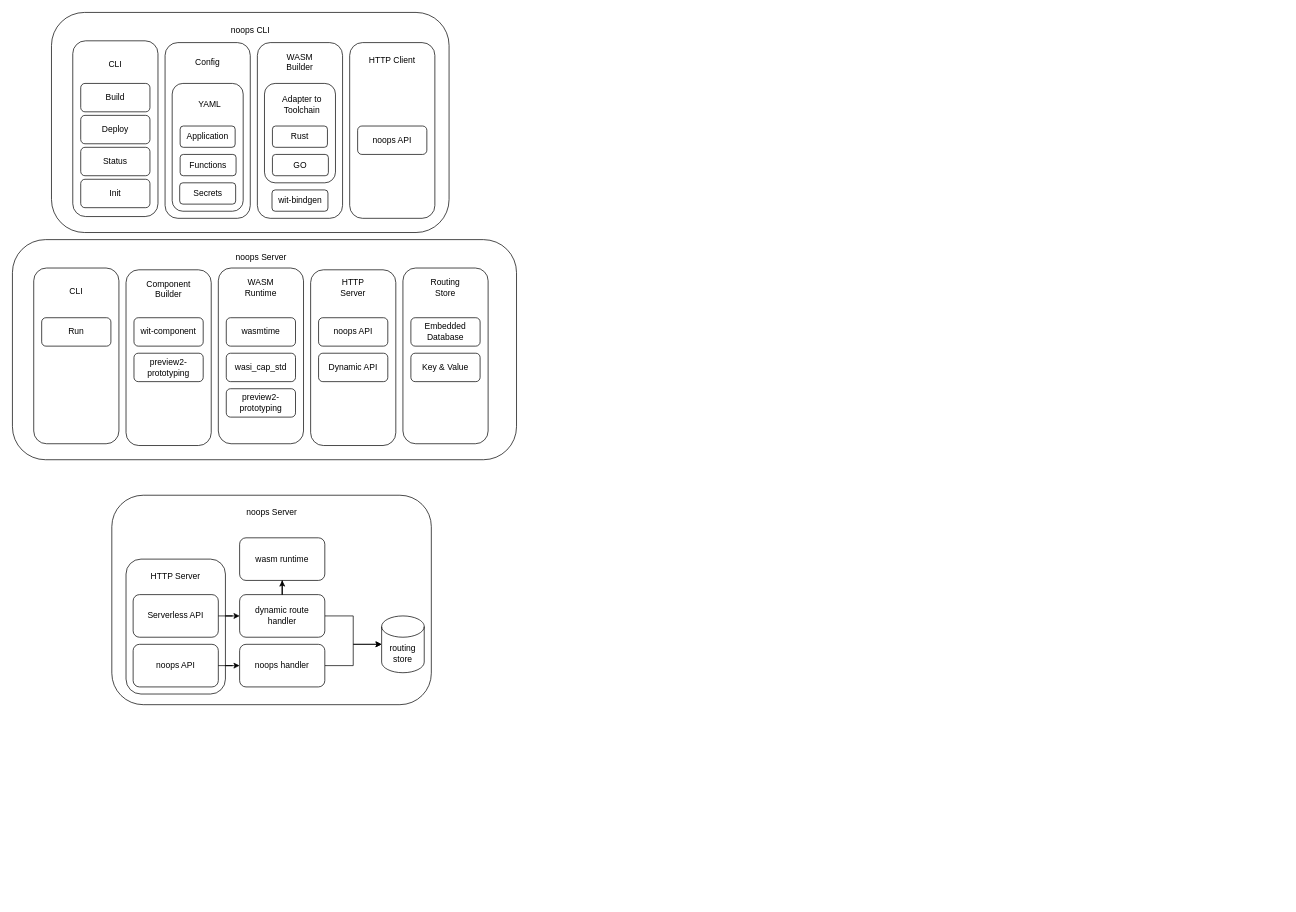
Earlier version of the draw.io diagram architecture-overview.drawio (noopsio/noops-dev). Source tidied: cells renumbered, new cells numbered last; positions are measured from the earlier drawing's top-left corner, leaving out a move shared by most shapes. Both pictures are drawn from the tidied source at 71%, with x=0, y=0 at pixel (12, 12).
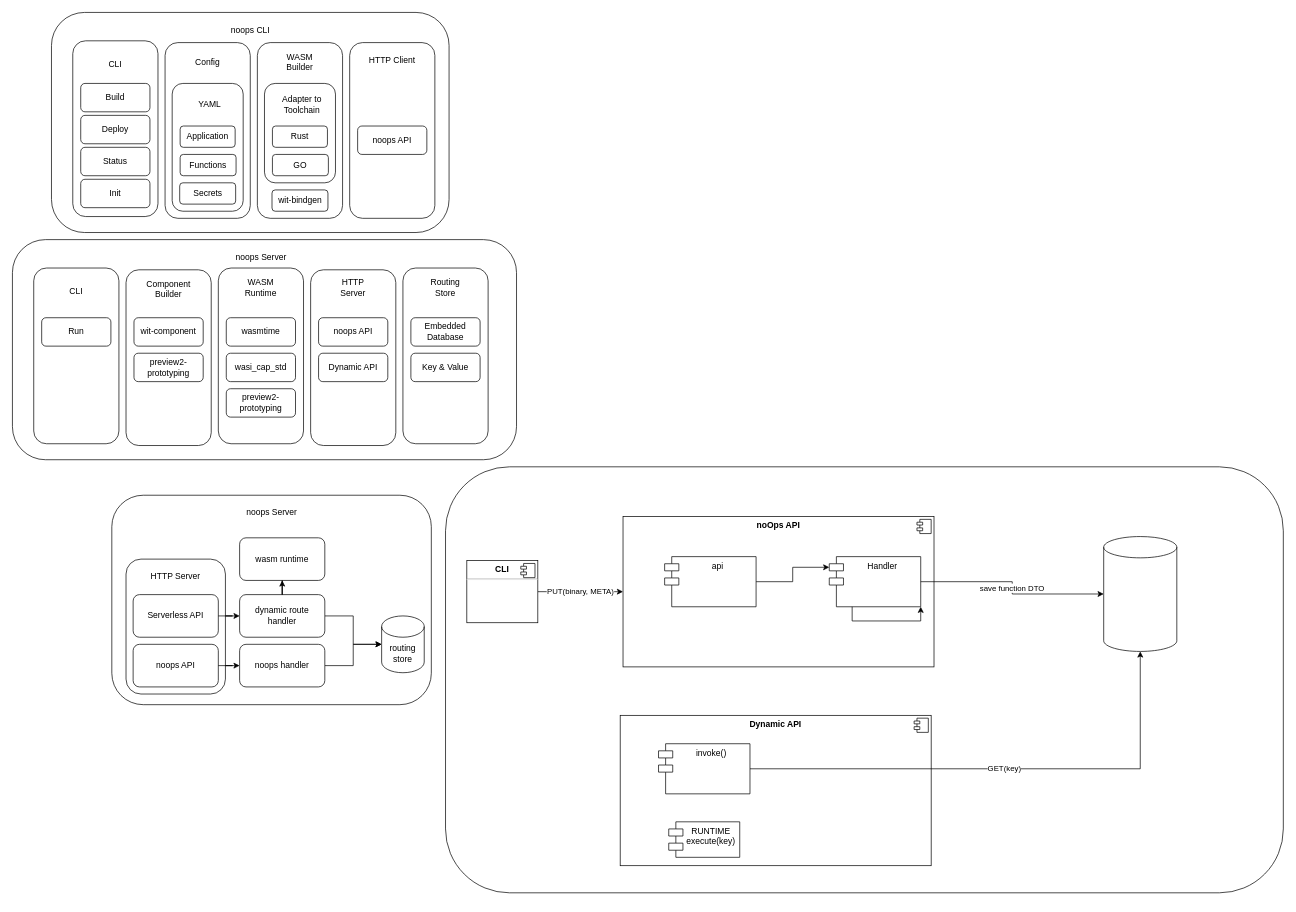
Above is the later version.

Commit message (it also covers changes not shown here):
add flow sequence diagram

Change to the diagram source:
```diff
@@
+    <mxCell id="72" style="group;" parent="1" vertex="1">
+      <mxGeometry x="640" y="710" width="1140" height="540" as="geometry" />
+    </mxCell>
+    <mxCell id="73" style="group;" parent="72" vertex="1">
+      <mxGeometry x="240" width="900" height="540" as="geometry" />
+    </mxCell>
+    <mxCell id="74" style="rounded=1;whiteSpace=wrap;html=1;" parent="73" vertex="1">
+      <mxGeometry x="-270" y="-70" width="1180" height="600" as="geometry" />
+    </mxCell>
+    <mxCell id="75" value="&lt;p style=&quot;margin:0px;margin-top:6px;text-align:center;&quot;&gt;&lt;b&gt;noOps API&lt;/b&gt;&lt;/p&gt;" style="align=left;overflow=fill;html=1;whiteSpace=wrap;" parent="73" vertex="1">
+      <mxGeometry x="-20" width="438" height="211.8" as="geometry" />
+    </mxCell>
+    <mxCell id="76" style="shape=component;jettyWidth=8;jettyHeight=4;" parent="75" vertex="1">
+      <mxGeometry x="1" width="20" height="20" relative="1" as="geometry">
+        <mxPoint x="-24" y="4" as="offset" />
+      </mxGeometry>
+    </mxCell>
+    <mxCell id="77" value="Handler" style="shape=module;align=left;spacingLeft=20;align=center;verticalAlign=top;whiteSpace=wrap;html=1;" parent="73" vertex="1">
+      <mxGeometry x="270.5" y="56.5" width="128.8" height="70.6" as="geometry" />
+    </mxCell>
+    <mxCell id="78" style="edgeStyle=orthogonalEdgeStyle;rounded=0;jettySize=auto;html=1;exitX=1;exitY=0.5;exitDx=0;exitDy=0;entryX=0;entryY=0;entryDx=0;entryDy=15;entryPerimeter=0;" parent="73" edge="1" source="79" target="77">
+      <mxGeometry relative="1" as="geometry" />
+    </mxCell>
+    <mxCell id="79" value="api" style="shape=module;align=left;spacingLeft=20;align=center;verticalAlign=top;whiteSpace=wrap;html=1;" parent="73" vertex="1">
+      <mxGeometry x="38.6" y="56.5" width="128.8" height="70.6" as="geometry" />
+    </mxCell>
+    <mxCell id="80" style="shape=cylinder3;whiteSpace=wrap;html=1;boundedLbl=1;backgroundOutline=1;size=15;" parent="73" vertex="1">
+      <mxGeometry x="657" y="28.2" width="103" height="161.8" as="geometry" />
+    </mxCell>
+    <mxCell id="81" value="save function DTO" style="edgeStyle=orthogonalEdgeStyle;rounded=0;jettySize=auto;html=1;exitX=1;exitY=0.5;exitDx=0;exitDy=0;entryX=0;entryY=0.5;entryDx=0;entryDy=0;entryPerimeter=0;" parent="73" edge="1" source="77" target="80">
+      <mxGeometry relative="1" as="geometry" />
+    </mxCell>
+    <mxCell id="82" style="edgeStyle=orthogonalEdgeStyle;rounded=0;orthogonalLoop=1;jettySize=auto;html=1;exitX=0.25;exitY=1;exitDx=0;exitDy=0;entryX=1;entryY=1;entryDx=0;entryDy=0;" parent="73" edge="1" source="77" target="77">
+      <mxGeometry relative="1" as="geometry" />
+    </mxCell>
+    <mxCell id="83" value="PUT(binary, META)" style="edgeStyle=orthogonalEdgeStyle;rounded=0;jettySize=auto;html=1;exitX=1;exitY=0.5;exitDx=0;exitDy=0;" parent="72" edge="1" source="84" target="75">
+      <mxGeometry relative="1" as="geometry" />
+    </mxCell>
+    <mxCell id="84" value="&lt;p style=&quot;margin:0px;margin-top:6px;text-align:center;&quot;&gt;&lt;b&gt;CLI&lt;/b&gt;&lt;/p&gt;&lt;hr&gt;&lt;p style=&quot;margin:0px;margin-left:8px;&quot;&gt;&lt;br&gt;&lt;/p&gt;" style="align=left;overflow=fill;html=1;whiteSpace=wrap;" parent="72" vertex="1">
+      <mxGeometry y="62.1" width="100" height="87.5" as="geometry" />
+    </mxCell>
+    <mxCell id="85" style="shape=component;jettyWidth=8;jettyHeight=4;" parent="84" vertex="1">
+      <mxGeometry x="1" width="20" height="20" relative="1" as="geometry">
+        <mxPoint x="-24" y="4" as="offset" />
+      </mxGeometry>
+    </mxCell>
+    <mxCell id="86" value="&lt;p style=&quot;margin:0px;margin-top:6px;text-align:center;&quot;&gt;&lt;b&gt;Dynamic API&lt;/b&gt;&lt;/p&gt;" style="align=left;overflow=fill;html=1;whiteSpace=wrap;" parent="72" vertex="1">
+      <mxGeometry x="216" y="280" width="438" height="211.8" as="geometry" />
+    </mxCell>
+    <mxCell id="87" style="shape=component;jettyWidth=8;jettyHeight=4;" parent="86" vertex="1">
+      <mxGeometry x="1" width="20" height="20" relative="1" as="geometry">
+        <mxPoint x="-24" y="4" as="offset" />
+      </mxGeometry>
+    </mxCell>
+    <mxCell id="88" value="GET(key)" style="edgeStyle=orthogonalEdgeStyle;rounded=0;jettySize=auto;html=1;exitX=1;exitY=0.5;exitDx=0;exitDy=0;entryX=0.5;entryY=1;entryDx=0;entryDy=0;entryPerimeter=0;" parent="72" edge="1" source="89" target="80">
+      <mxGeometry relative="1" as="geometry" />
+    </mxCell>
+    <mxCell id="89" value="invoke()" style="shape=module;align=left;spacingLeft=20;align=center;verticalAlign=top;whiteSpace=wrap;html=1;" parent="72" vertex="1">
+      <mxGeometry x="270" y="320" width="128.8" height="70.6" as="geometry" />
+    </mxCell>
+    <mxCell id="90" value="RUNTIME&lt;br&gt;execute(key)" style="shape=module;align=left;spacingLeft=20;align=center;verticalAlign=top;whiteSpace=wrap;html=1;" parent="72" vertex="1">
+      <mxGeometry x="284.4" y="430" width="100" height="50" as="geometry" />
+    </mxCell>
```
